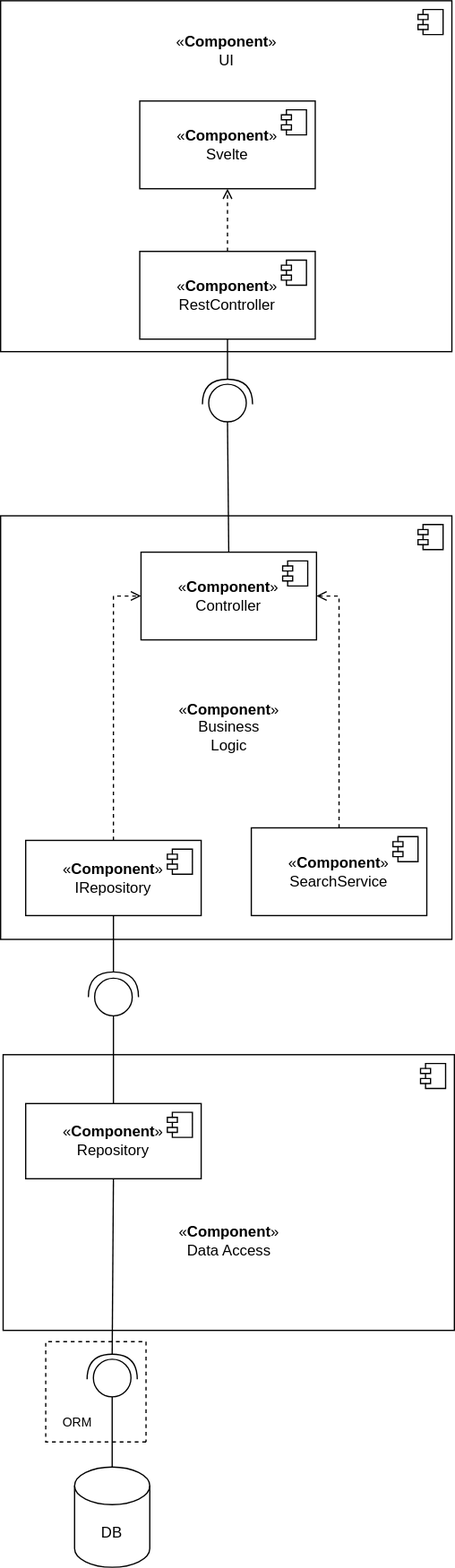
This is img/layers.svg from TwoTeaToTwo/IU7_Software_Design, a draw.io export, as it was before one commit. Source tidied: cells renumbered, new cells last; positions are measured from the earlier drawing's top-left corner, leaving out a move shared by most shapes.
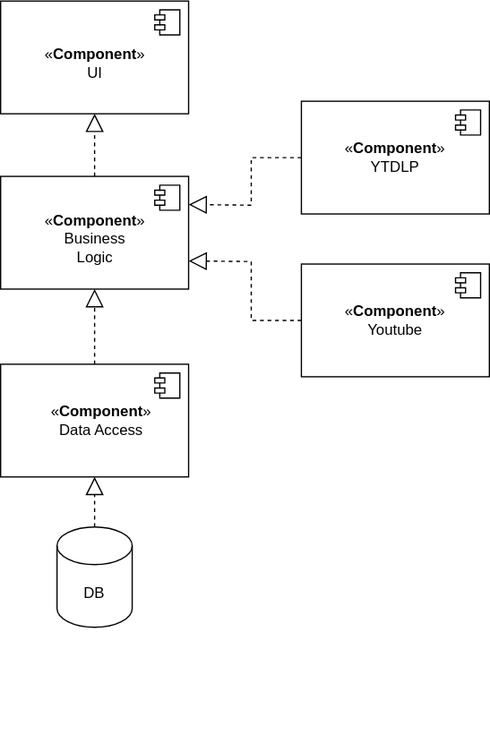
The same file after the commit.

The edit, as a diff of the source:
```diff
@@ -3,7 +3,7 @@
     <mxCell id="0" />
     <mxCell id="1" parent="0" />
     <mxCell id="2" style="html=1;whiteSpace=wrap;" parent="1" vertex="1">
-      <mxGeometry width="360" height="280" as="geometry" />
+      <mxGeometry y="190" width="150" height="90" as="geometry" />
     </mxCell>
     <mxCell id="3" style="shape=module;jettyWidth=8;jettyHeight=4;" parent="2" vertex="1">
       <mxGeometry x="1" width="20" height="20" relative="1" as="geometry">
@@ -11,7 +11,7 @@
       </mxGeometry>
     </mxCell>
     <mxCell id="4" style="html=1;whiteSpace=wrap;" parent="1" vertex="1">
-      <mxGeometry y="411" width="360" height="338" as="geometry" />
+      <mxGeometry y="330" width="150" height="90" as="geometry" />
     </mxCell>
     <mxCell id="5" style="shape=module;jettyWidth=8;jettyHeight=4;" parent="4" vertex="1">
       <mxGeometry x="1" width="20" height="20" relative="1" as="geometry">
@@ -19,117 +19,31 @@
       </mxGeometry>
     </mxCell>
     <mxCell id="6" style="html=1;whiteSpace=wrap;" parent="1" vertex="1">
-      <mxGeometry x="2" y="841" width="360" height="220" as="geometry" />
+      <mxGeometry y="480" width="150" height="90" as="geometry" />
     </mxCell>
     <mxCell id="7" style="shape=module;jettyWidth=8;jettyHeight=4;" parent="6" vertex="1">
       <mxGeometry x="1" width="20" height="20" relative="1" as="geometry">
         <mxPoint x="-27" y="7" as="offset" />
       </mxGeometry>
     </mxCell>
-    <mxCell id="8" value="«&lt;b&gt;Component&lt;/b&gt;»&lt;div&gt;Repository&lt;/div&gt;" style="html=1;whiteSpace=wrap;" parent="1" vertex="1">
-      <mxGeometry x="20" y="880" width="140" height="60" as="geometry" />
-    </mxCell>
-    <mxCell id="9" style="shape=module;jettyWidth=8;jettyHeight=4;" parent="8" vertex="1">
-      <mxGeometry x="1" width="20" height="20" relative="1" as="geometry">
-        <mxPoint x="-27" y="7" as="offset" />
-      </mxGeometry>
-    </mxCell>
     <mxCell id="10" style="ellipse;whiteSpace=wrap;html=1;align=center;fillColor=none;strokeColor=none;perimeter=centerPerimeter;strokeWidth=0;perimeterSpacing=0;flipH=0;flipV=1;" parent="1" vertex="1">
       <mxGeometry x="102" y="778" width="10" height="10" as="geometry" />
     </mxCell>
     <mxCell id="11" value="&lt;span style=&quot;text-wrap: wrap;&quot;&gt;«&lt;/span&gt;&lt;b style=&quot;text-wrap: wrap;&quot;&gt;Component&lt;/b&gt;&lt;span style=&quot;text-wrap: wrap;&quot;&gt;»&lt;/span&gt;&lt;div style=&quot;text-wrap: wrap;&quot;&gt;Data Access&lt;/div&gt;" style="text;html=1;align=center;verticalAlign=middle;strokeColor=none;fillColor=none;" parent="1" vertex="1">
-      <mxGeometry x="132" y="970" width="100" height="40" as="geometry" />
+      <mxGeometry x="30" y="505" width="100" height="40" as="geometry" />
     </mxCell>
     <mxCell id="12" style="ellipse;whiteSpace=wrap;html=1;align=center;fillColor=none;strokeColor=none;perimeter=centerPerimeter;strokeWidth=0;perimeterSpacing=0;flipH=0;flipV=1;" parent="1" vertex="1">
       <mxGeometry x="102" y="778" width="10" height="10" as="geometry" />
     </mxCell>
-    <mxCell id="13" style="edgeStyle=orthogonalEdgeStyle;rounded=0;jettySize=auto;html=1;exitX=1;exitY=0.5;exitDx=0;exitDy=0;entryX=0.5;entryY=0;entryDx=0;entryDy=0;endArrow=none;endFill=0;" parent="1" edge="1" source="14" target="8">
-      <mxGeometry relative="1" as="geometry" />
-    </mxCell>
-    <mxCell id="14" style="ellipse;whiteSpace=wrap;html=1;direction=south;flipH=0;flipV=1;" parent="1" vertex="1">
-      <mxGeometry x="75" y="780" width="30" height="30" as="geometry" />
-    </mxCell>
-    <mxCell id="15" style="shape=requiredInterface;html=1;verticalLabelPosition=bottom;sketch=0;direction=south;flipH=0;flipV=1;" parent="1" vertex="1">
-      <mxGeometry x="70" y="775" width="40" height="20" as="geometry" />
-    </mxCell>
-    <mxCell id="16" value="«&lt;b&gt;Component&lt;/b&gt;»&lt;div&gt;Controller&lt;/div&gt;" style="html=1;whiteSpace=wrap;" parent="1" vertex="1">
-      <mxGeometry x="112" y="440" width="140" height="70" as="geometry" />
-    </mxCell>
-    <mxCell id="17" style="shape=module;jettyWidth=8;jettyHeight=4;" parent="16" vertex="1">
-      <mxGeometry x="1" width="20" height="20" relative="1" as="geometry">
-        <mxPoint x="-27" y="7" as="offset" />
-      </mxGeometry>
-    </mxCell>
-    <mxCell id="18" value="«&lt;b&gt;Component&lt;/b&gt;»&lt;div&gt;IRepository&lt;/div&gt;" style="html=1;whiteSpace=wrap;" parent="1" vertex="1">
-      <mxGeometry x="20" y="670" width="140" height="60" as="geometry" />
-    </mxCell>
-    <mxCell id="19" style="shape=module;jettyWidth=8;jettyHeight=4;" parent="18" vertex="1">
-      <mxGeometry x="1" width="20" height="20" relative="1" as="geometry">
-        <mxPoint x="-27" y="7" as="offset" />
-      </mxGeometry>
-    </mxCell>
-    <mxCell id="20" style="edgeStyle=orthogonalEdgeStyle;rounded=0;jettySize=auto;html=1;exitX=0.5;exitY=1;exitDx=0;exitDy=0;entryX=1;entryY=0.5;entryDx=0;entryDy=0;entryPerimeter=0;endArrow=none;endFill=0;" parent="1" edge="1" source="18" target="15">
-      <mxGeometry relative="1" as="geometry" />
-    </mxCell>
-    <mxCell id="21" value="«&lt;b&gt;Component&lt;/b&gt;»&lt;div&gt;SearchService&lt;/div&gt;" style="html=1;whiteSpace=wrap;" parent="1" vertex="1">
-      <mxGeometry x="200" y="660" width="140" height="70" as="geometry" />
-    </mxCell>
-    <mxCell id="22" style="shape=module;jettyWidth=8;jettyHeight=4;" parent="21" vertex="1">
-      <mxGeometry x="1" width="20" height="20" relative="1" as="geometry">
-        <mxPoint x="-27" y="7" as="offset" />
-      </mxGeometry>
-    </mxCell>
-    <mxCell id="23" style="endArrow=open;dashed=1;html=1;rounded=0;exitX=0.5;exitY=0;exitDx=0;exitDy=0;entryX=1;entryY=0.5;entryDx=0;entryDy=0;endFill=0;" parent="1" edge="1" source="21" target="16">
-      <mxGeometry relative="1" as="geometry">
-        <Array as="points">
-          <mxPoint x="270" y="475" />
-        </Array>
-      </mxGeometry>
-    </mxCell>
-    <mxCell id="24" value="«&lt;b&gt;Component&lt;/b&gt;»&lt;div&gt;RestController&lt;/div&gt;" style="html=1;whiteSpace=wrap;" parent="1" vertex="1">
-      <mxGeometry x="111" y="200" width="140" height="70" as="geometry" />
-    </mxCell>
-    <mxCell id="25" style="shape=module;jettyWidth=8;jettyHeight=4;" parent="24" vertex="1">
-      <mxGeometry x="1" width="20" height="20" relative="1" as="geometry">
-        <mxPoint x="-27" y="7" as="offset" />
-      </mxGeometry>
-    </mxCell>
     <mxCell id="26" style="ellipse;whiteSpace=wrap;html=1;align=center;fillColor=none;strokeColor=none;perimeter=centerPerimeter;strokeWidth=0;perimeterSpacing=0;flipH=0;flipV=1;" parent="1" vertex="1">
       <mxGeometry x="195" y="316" width="10" height="10" as="geometry" />
     </mxCell>
     <mxCell id="27" style="ellipse;whiteSpace=wrap;html=1;align=center;fillColor=none;strokeColor=none;perimeter=centerPerimeter;strokeWidth=0;perimeterSpacing=0;flipH=0;flipV=1;" parent="1" vertex="1">
       <mxGeometry x="195" y="316" width="10" height="10" as="geometry" />
     </mxCell>
-    <mxCell id="28" style="ellipse;whiteSpace=wrap;html=1;direction=south;flipH=0;flipV=1;" parent="1" vertex="1">
-      <mxGeometry x="166" y="306" width="30" height="30" as="geometry" />
-    </mxCell>
-    <mxCell id="29" style="shape=requiredInterface;html=1;verticalLabelPosition=bottom;sketch=0;direction=south;flipH=0;flipV=1;" parent="1" vertex="1">
-      <mxGeometry x="161" y="302" width="40" height="20" as="geometry" />
-    </mxCell>
-    <mxCell id="30" style="endArrow=none;html=1;rounded=0;entryX=0.5;entryY=1;entryDx=0;entryDy=0;exitX=1;exitY=0.5;exitDx=0;exitDy=0;exitPerimeter=0;" parent="1" edge="1" source="29" target="24">
-      <mxGeometry relative="1" as="geometry" />
-    </mxCell>
-    <mxCell id="31" style="endArrow=none;html=1;rounded=0;entryX=1;entryY=0.5;entryDx=0;entryDy=0;exitX=0.5;exitY=0;exitDx=0;exitDy=0;" parent="1" edge="1" source="16" target="28">
-      <mxGeometry relative="1" as="geometry" />
-    </mxCell>
-    <mxCell id="32" value="«&lt;b&gt;Component&lt;/b&gt;»&lt;div&gt;Svelte&lt;/div&gt;" style="html=1;whiteSpace=wrap;" parent="1" vertex="1">
-      <mxGeometry x="111" y="80" width="140" height="70" as="geometry" />
-    </mxCell>
-    <mxCell id="33" style="shape=module;jettyWidth=8;jettyHeight=4;" parent="32" vertex="1">
-      <mxGeometry x="1" width="20" height="20" relative="1" as="geometry">
-        <mxPoint x="-27" y="7" as="offset" />
-      </mxGeometry>
-    </mxCell>
     <mxCell id="34" style="ellipse;whiteSpace=wrap;html=1;align=center;fillColor=none;strokeColor=none;perimeter=centerPerimeter;" parent="1" vertex="1">
       <mxGeometry x="315" y="585" width="10" height="10" as="geometry" />
     </mxCell>
-    <mxCell id="35" style="endArrow=open;dashed=1;html=1;rounded=0;entryX=0;entryY=0.5;entryDx=0;entryDy=0;exitX=0.5;exitY=0;exitDx=0;exitDy=0;endFill=0;" parent="1" edge="1" source="18" target="16">
-      <mxGeometry relative="1" as="geometry">
-        <Array as="points">
-          <mxPoint x="90" y="475" />
-        </Array>
-      </mxGeometry>
-    </mxCell>
     <mxCell id="36" style="ellipse;whiteSpace=wrap;html=1;align=center;fillColor=none;strokeColor=none;perimeter=centerPerimeter;strokeWidth=0;perimeterSpacing=0;flipH=0;flipV=1;" parent="1" vertex="1">
       <mxGeometry x="109" y="314" width="10" height="10" as="geometry" />
     </mxCell>
@@ -137,48 +51,54 @@
       <mxGeometry x="109" y="314" width="10" height="10" as="geometry" />
     </mxCell>
     <mxCell id="38" value="DB" style="shape=cylinder3;whiteSpace=wrap;html=1;boundedLbl=1;backgroundOutline=1;size=15;" parent="1" vertex="1">
-      <mxGeometry x="59" y="1170" width="60" height="80" as="geometry" />
+      <mxGeometry x="45" y="610" width="60" height="80" as="geometry" />
     </mxCell>
-    <mxCell id="39" style="ellipse;whiteSpace=wrap;html=1;align=center;fillColor=none;strokeColor=none;perimeter=centerPerimeter;strokeWidth=0;perimeterSpacing=0;flipH=0;flipV=1;" parent="1" vertex="1">
-      <mxGeometry x="103" y="1094" width="10" height="10" as="geometry" />
-    </mxCell>
-    <mxCell id="40" style="ellipse;whiteSpace=wrap;html=1;align=center;fillColor=none;strokeColor=none;perimeter=centerPerimeter;strokeWidth=0;perimeterSpacing=0;flipH=0;flipV=1;" parent="1" vertex="1">
-      <mxGeometry x="104" y="1094" width="9" height="9" as="geometry" />
-    </mxCell>
-    <mxCell id="41" style="ellipse;whiteSpace=wrap;html=1;direction=south;flipH=0;flipV=1;" parent="1" vertex="1">
-      <mxGeometry x="74" y="1084" width="30" height="30" as="geometry" />
-    </mxCell>
-    <mxCell id="42" style="shape=requiredInterface;html=1;verticalLabelPosition=bottom;sketch=0;direction=south;flipH=0;flipV=1;" parent="1" vertex="1">
-      <mxGeometry x="69" y="1080" width="40" height="20" as="geometry" />
-    </mxCell>
-    <mxCell id="43" style="endArrow=none;dashed=1;html=1;rounded=0;" parent="1" edge="1">
-      <mxGeometry relative="1" as="geometry">
-        <mxPoint x="116" y="1150" as="sourcePoint" />
-        <mxPoint x="116" y="1150" as="targetPoint" />
-        <Array as="points">
-          <mxPoint x="36" y="1150" />
-          <mxPoint x="36" y="1070" />
-          <mxPoint x="116" y="1070" />
-        </Array>
-      </mxGeometry>
-    </mxCell>
-    <mxCell id="44" value="&lt;font size=&quot;1&quot;&gt;ORM&lt;/font&gt;" style="text;html=1;align=center;verticalAlign=middle;strokeColor=none;fillColor=none;" parent="1" vertex="1">
-      <mxGeometry x="36" y="1119" width="50" height="30" as="geometry" />
-    </mxCell>
-    <mxCell id="45" style="endArrow=none;html=1;rounded=0;entryX=0.5;entryY=0;entryDx=0;entryDy=0;entryPerimeter=0;exitX=1;exitY=0.5;exitDx=0;exitDy=0;" parent="1" edge="1" source="41" target="38">
-      <mxGeometry relative="1" as="geometry" />
-    </mxCell>
-    <mxCell id="46" style="endArrow=none;html=1;rounded=0;entryX=0.5;entryY=1;entryDx=0;entryDy=0;exitX=1;exitY=0.5;exitDx=0;exitDy=0;exitPerimeter=0;" parent="1" edge="1" source="42" target="8">
-      <mxGeometry relative="1" as="geometry" />
-    </mxCell>
-    <mxCell id="47" style="endArrow=open;dashed=1;html=1;rounded=0;entryX=0.5;entryY=1;entryDx=0;entryDy=0;exitX=0.5;exitY=0;exitDx=0;exitDy=0;endFill=0;" parent="1" edge="1" source="24" target="32">
-      <mxGeometry relative="1" as="geometry" />
-    </mxCell>
     <mxCell id="48" value="&lt;span style=&quot;text-wrap: wrap;&quot;&gt;«&lt;/span&gt;&lt;b style=&quot;text-wrap: wrap;&quot;&gt;Component&lt;/b&gt;&lt;span style=&quot;text-wrap: wrap;&quot;&gt;»&lt;/span&gt;&lt;div style=&quot;text-wrap: wrap;&quot;&gt;Business Logic&lt;/div&gt;" style="text;html=1;align=center;verticalAlign=middle;strokeColor=none;fillColor=none;" parent="1" vertex="1">
-      <mxGeometry x="132" y="560" width="100" height="40" as="geometry" />
+      <mxGeometry x="25" y="360" width="100" height="40" as="geometry" />
     </mxCell>
     <mxCell id="49" value="&lt;span style=&quot;text-wrap: wrap;&quot;&gt;«&lt;/span&gt;&lt;b style=&quot;text-wrap: wrap;&quot;&gt;Component&lt;/b&gt;&lt;span style=&quot;text-wrap: wrap;&quot;&gt;»&lt;/span&gt;&lt;div style=&quot;text-wrap: wrap;&quot;&gt;UI&lt;/div&gt;" style="text;html=1;align=center;verticalAlign=middle;strokeColor=none;fillColor=none;" parent="1" vertex="1">
-      <mxGeometry x="130" y="20" width="100" height="40" as="geometry" />
+      <mxGeometry x="25" y="220" width="100" height="40" as="geometry" />
     </mxCell>
+    <mxCell id="50" style="endArrow=block;dashed=1;endFill=0;endSize=12;html=1;rounded=0;entryX=0.5;entryY=1;entryDx=0;entryDy=0;exitX=0.5;exitY=0;exitDx=0;exitDy=0;" parent="1" edge="1" source="6" target="4">
+      <mxGeometry relative="1" as="geometry" />
+    </mxCell>
+    <mxCell id="51" style="endArrow=block;dashed=1;endFill=0;endSize=12;html=1;rounded=0;entryX=0.5;entryY=1;entryDx=0;entryDy=0;exitX=0.5;exitY=0;exitDx=0;exitDy=0;" parent="1" edge="1" source="4" target="2">
+      <mxGeometry relative="1" as="geometry" />
+    </mxCell>
+    <mxCell id="52" style="endArrow=block;dashed=1;endFill=0;endSize=12;html=1;rounded=0;entryX=0.5;entryY=1;entryDx=0;entryDy=0;exitX=0.5;exitY=0;exitDx=0;exitDy=0;exitPerimeter=0;" parent="1" edge="1" source="38" target="6">
+      <mxGeometry relative="1" as="geometry" />
+    </mxCell>
+    <mxCell id="53" value="«&lt;b&gt;Component&lt;/b&gt;»&lt;div&gt;YTDLP&lt;/div&gt;" style="html=1;whiteSpace=wrap;" parent="1" vertex="1">
+      <mxGeometry x="240" y="270" width="150" height="90" as="geometry" />
+    </mxCell>
+    <mxCell id="54" style="shape=module;jettyWidth=8;jettyHeight=4;" parent="53" vertex="1">
+      <mxGeometry x="1" width="20" height="20" relative="1" as="geometry">
+        <mxPoint x="-27" y="7" as="offset" />
+      </mxGeometry>
+    </mxCell>
+    <mxCell id="55" value="«&lt;b&gt;Component&lt;/b&gt;»&lt;div&gt;Youtube&lt;/div&gt;" style="html=1;whiteSpace=wrap;" parent="1" vertex="1">
+      <mxGeometry x="240" y="400" width="150" height="90" as="geometry" />
+    </mxCell>
+    <mxCell id="56" style="shape=module;jettyWidth=8;jettyHeight=4;" parent="55" vertex="1">
+      <mxGeometry x="1" width="20" height="20" relative="1" as="geometry">
+        <mxPoint x="-27" y="7" as="offset" />
+      </mxGeometry>
+    </mxCell>
+    <mxCell id="57" style="endArrow=block;dashed=1;endFill=0;endSize=12;html=1;rounded=0;entryX=1;entryY=0.25;entryDx=0;entryDy=0;exitX=0;exitY=0.5;exitDx=0;exitDy=0;" parent="1" edge="1" source="53" target="4">
+      <mxGeometry relative="1" as="geometry">
+        <Array as="points">
+          <mxPoint x="200" y="315" />
+          <mxPoint x="200" y="353" />
+        </Array>
+      </mxGeometry>
+    </mxCell>
+    <mxCell id="58" style="endArrow=block;dashed=1;endFill=0;endSize=12;html=1;rounded=0;entryX=1;entryY=0.75;entryDx=0;entryDy=0;exitX=0;exitY=0.5;exitDx=0;exitDy=0;" parent="1" edge="1" source="55" target="4">
+      <mxGeometry relative="1" as="geometry">
+        <Array as="points">
+          <mxPoint x="200" y="445" />
+          <mxPoint x="200" y="398" />
+        </Array>
+      </mxGeometry>
+    </mxCell>
   </root>
 </mxGraphModel>
```
